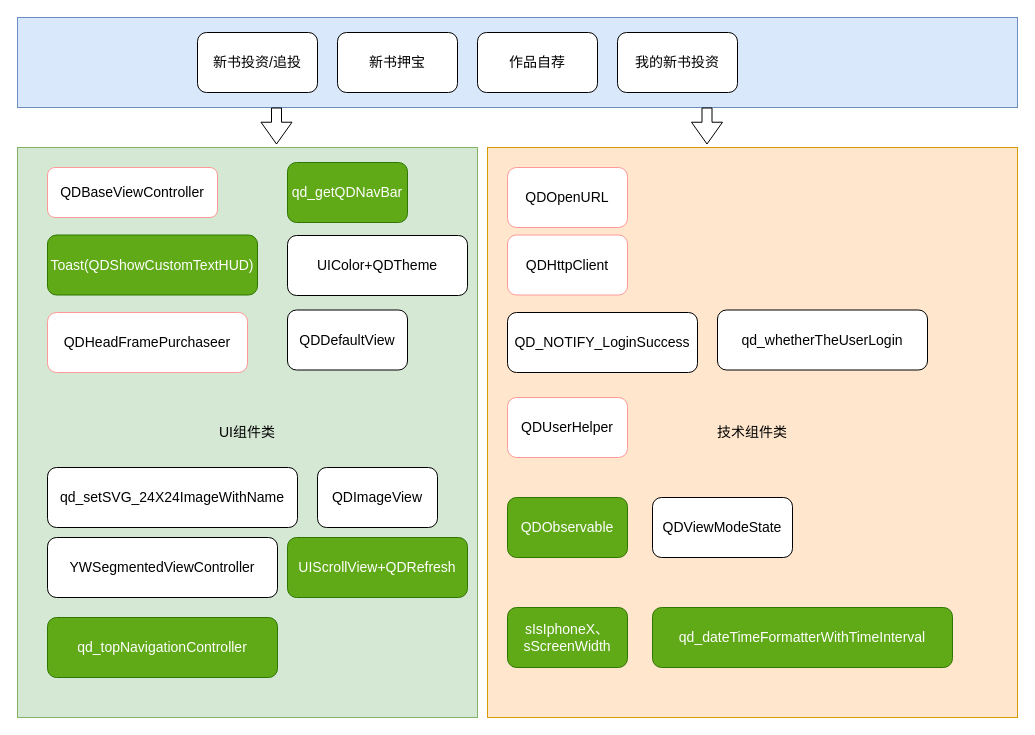
This is 新书模块拆分.drawio from linkhui/appgo, a draw.io file, before an edit. Source tidied: cells renumbered, new cells numbered last; positions are measured from the earlier drawing's top-left corner, leaving out a move shared by most shapes. Both pictures are drawn from the tidied source at 100%, with x=0, y=0 at pixel (17, 17).
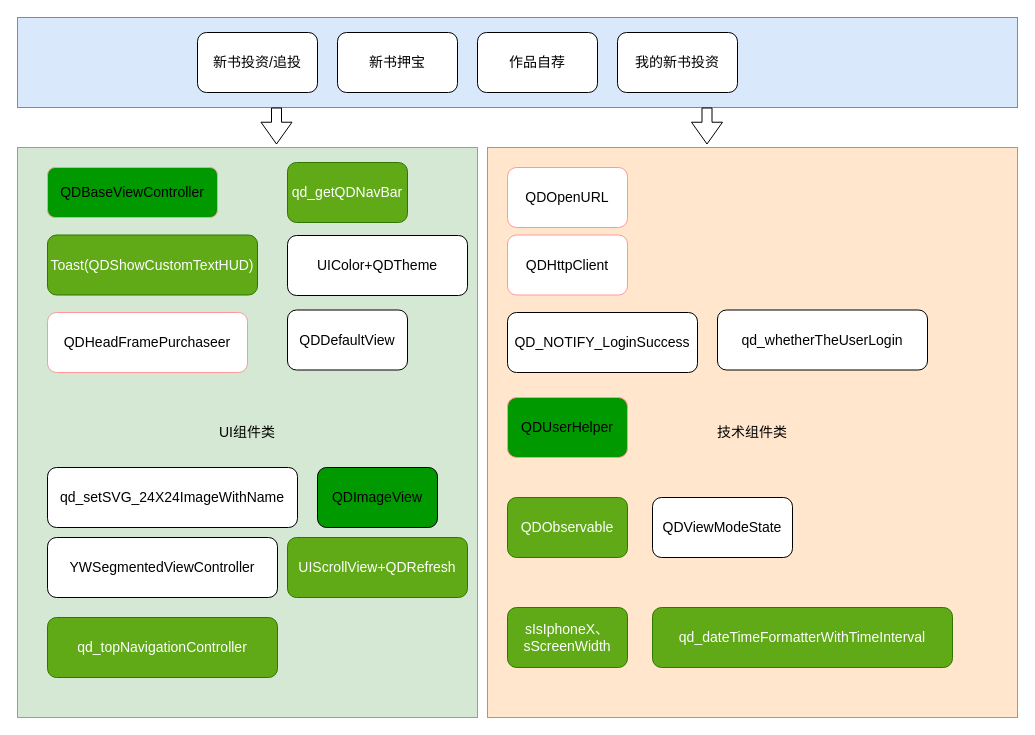
The same page after the edit.

Commit message:
Update 新书模块拆分.drawio

Change to the diagram source:
```diff
@@
-    <mxCell id="8" value="QDBaseViewController" style="rounded=1;whiteSpace=wrap;html=1;fontSize=14;strokeColor=#FF9999;" parent="1" vertex="1">
+    <mxCell id="8" value="QDBaseViewController" style="rounded=1;whiteSpace=wrap;html=1;fontSize=14;strokeColor=#FF9999;fillColor=#009900;" parent="1" vertex="1">
       <mxGeometry x="30" y="150" width="170" height="50" as="geometry" />
     </mxCell>
@@
-    <mxCell id="16" value="QDUserHelper" style="rounded=1;whiteSpace=wrap;html=1;fontSize=14;strokeColor=#FF9999;" parent="1" vertex="1">
+    <mxCell id="16" value="QDUserHelper" style="rounded=1;whiteSpace=wrap;html=1;fontSize=14;strokeColor=#FF9999;fillColor=#009900;" parent="1" vertex="1">
       <mxGeometry x="490" y="380" width="120" height="60" as="geometry" />
     </mxCell>
@@
-    <mxCell id="28" value="QDImageView" style="rounded=1;whiteSpace=wrap;html=1;fontSize=14;" parent="1" vertex="1">
+    <mxCell id="28" value="QDImageView" style="rounded=1;whiteSpace=wrap;html=1;fontSize=14;fillColor=#009900;" parent="1" vertex="1">
       <mxGeometry x="300" y="450" width="120" height="60" as="geometry" />
     </mxCell>
```
